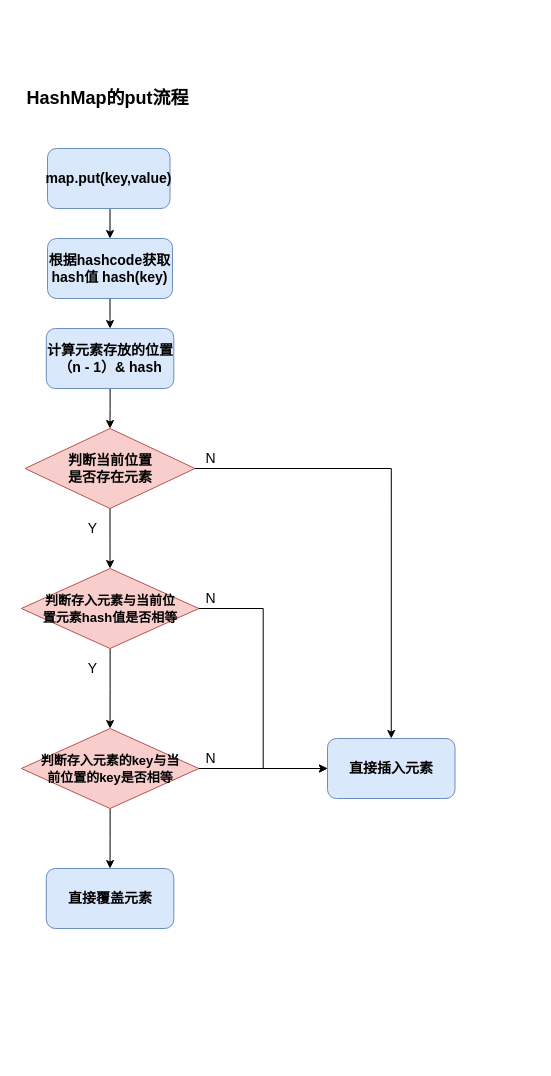
The draw.io diagram hashmap.drawio in Bukayoooo/Draws, before the edit. Source tidied: cells renumbered, new cells numbered last; positions are measured from the earlier drawing's top-left corner, leaving out a move shared by most shapes. Both pictures are drawn from the tidied source at 100%, with x=0, y=0 at pixel (17, 88).
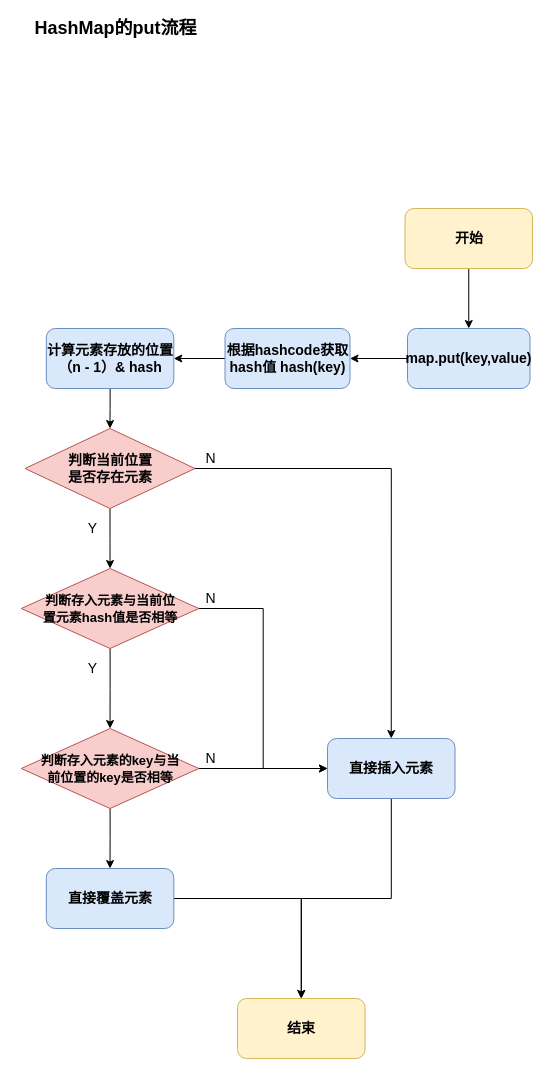
After the change.

The change refers to these unchanged cells:
```xml
<mxCell id="6" value="&lt;font style=&quot;font-size: 14px;&quot;&gt;&lt;b&gt;计算元素存放的位置&lt;br&gt;（n - 1）&amp;amp; hash&lt;/b&gt;&lt;/font&gt;" style="rounded=1;whiteSpace=wrap;html=1;fillColor=#dae8fc;strokeColor=#6c8ebf;" parent="1" vertex="1">
  <mxGeometry x="28.8" y="240" width="127.5" height="60" as="geometry" />
</mxCell>
<mxCell id="12" value="&lt;span style=&quot;font-size: 14px;&quot;&gt;&lt;b&gt;直接插入元素&lt;/b&gt;&lt;/span&gt;" style="rounded=1;whiteSpace=wrap;html=1;fillColor=#dae8fc;strokeColor=#6c8ebf;" parent="1" vertex="1">
  <mxGeometry x="310" y="650" width="127.5" height="60" as="geometry" />
</mxCell>
<mxCell id="19" value="&lt;span style=&quot;font-size: 14px;&quot;&gt;&lt;b&gt;直接覆盖元素&lt;/b&gt;&lt;/span&gt;" style="rounded=1;whiteSpace=wrap;html=1;fillColor=#dae8fc;strokeColor=#6c8ebf;" parent="1" vertex="1">
  <mxGeometry x="28.8" y="780" width="127.5" height="60" as="geometry" />
</mxCell>
```

The edit, as a diff of the source:
```diff
@@
-    <mxCell id="2" style="edgeStyle=orthogonalEdgeStyle;rounded=0;jettySize=auto;html=1;exitX=0.5;exitY=1;exitDx=0;exitDy=0;entryX=0.5;entryY=0;entryDx=0;entryDy=0;fontSize=14;" parent="1" edge="1" source="3" target="8">
+    <mxCell id="2" style="edgeStyle=orthogonalEdgeStyle;rounded=0;jettySize=auto;html=1;exitX=0;exitY=0.5;exitDx=0;exitDy=0;entryX=1;entryY=0.5;entryDx=0;entryDy=0;fontSize=13;" parent="1" edge="1" source="3" target="8">
       <mxGeometry relative="1" as="geometry" />
     </mxCell>
     <mxCell id="3" value="&lt;font style=&quot;font-size: 14px;&quot;&gt;&lt;b&gt;map.put(key,value)&lt;/b&gt;&lt;/font&gt;" style="rounded=1;whiteSpace=wrap;html=1;fillColor=#dae8fc;strokeColor=#6c8ebf;" parent="1" vertex="1">
-      <mxGeometry x="30" y="60" width="122.5" height="60" as="geometry" />
+      <mxGeometry x="390" y="240" width="122.5" height="60" as="geometry" />
     </mxCell>
     <mxCell id="4" value="&lt;font style=&quot;font-size: 18px;&quot;&gt;&lt;b&gt;HashMap的put流程&lt;/b&gt;&lt;/font&gt;" style="text;html=1;align=center;verticalAlign=middle;strokeColor=none;fillColor=none;" parent="1" vertex="1">
-      <mxGeometry width="180" height="20" as="geometry" />
+      <mxGeometry x="7.5" y="-70" width="180" height="20" as="geometry" />
     </mxCell>
@@
-    <mxCell id="7" style="edgeStyle=orthogonalEdgeStyle;rounded=0;jettySize=auto;html=1;exitX=0.5;exitY=1;exitDx=0;exitDy=0;fontSize=14;" parent="1" edge="1" source="8" target="6">
+    <mxCell id="7" style="edgeStyle=orthogonalEdgeStyle;rounded=0;jettySize=auto;html=1;exitX=0;exitY=0.5;exitDx=0;exitDy=0;fontSize=14;" parent="1" edge="1" source="8" target="6">
       <mxGeometry relative="1" as="geometry" />
     </mxCell>
     <mxCell id="8" value="&lt;font style=&quot;font-size: 14px;&quot;&gt;&lt;b&gt;根据hashcode获取hash值 hash(key)&lt;/b&gt;&lt;/font&gt;" style="rounded=1;whiteSpace=wrap;html=1;fillColor=#dae8fc;strokeColor=#6c8ebf;" parent="1" vertex="1">
-      <mxGeometry x="30" y="150" width="125" height="60" as="geometry" />
+      <mxGeometry x="207.5" y="240" width="125" height="60" as="geometry" />
     </mxCell>
@@
+    <mxCell id="25" style="edgeStyle=orthogonalEdgeStyle;rounded=0;jettySize=auto;html=1;entryX=0.5;entryY=0;entryDx=0;entryDy=0;fontSize=13;" parent="1" edge="1" source="12" target="27">
+      <mxGeometry relative="1" as="geometry" />
+    </mxCell>
@@
+    <mxCell id="26" style="edgeStyle=orthogonalEdgeStyle;rounded=0;jettySize=auto;html=1;fontSize=13;" parent="1" edge="1" source="19" target="27">
+      <mxGeometry relative="1" as="geometry" />
+    </mxCell>
@@
+    <mxCell id="27" value="&lt;span style=&quot;font-size: 14px;&quot;&gt;&lt;b&gt;结束&lt;/b&gt;&lt;/span&gt;" style="rounded=1;whiteSpace=wrap;html=1;fillColor=#fff2cc;strokeColor=#d6b656;" parent="1" vertex="1">
+      <mxGeometry x="220" y="910" width="127.5" height="60" as="geometry" />
+    </mxCell>
+    <mxCell id="28" style="edgeStyle=orthogonalEdgeStyle;rounded=0;jettySize=auto;html=1;fontSize=13;" parent="1" edge="1" source="29" target="3">
+      <mxGeometry relative="1" as="geometry" />
+    </mxCell>
+    <mxCell id="29" value="&lt;span style=&quot;font-size: 14px;&quot;&gt;&lt;b&gt;开始&lt;/b&gt;&lt;/span&gt;" style="rounded=1;whiteSpace=wrap;html=1;fillColor=#fff2cc;strokeColor=#d6b656;" parent="1" vertex="1">
+      <mxGeometry x="387.5" y="120" width="127.5" height="60" as="geometry" />
+    </mxCell>
```
